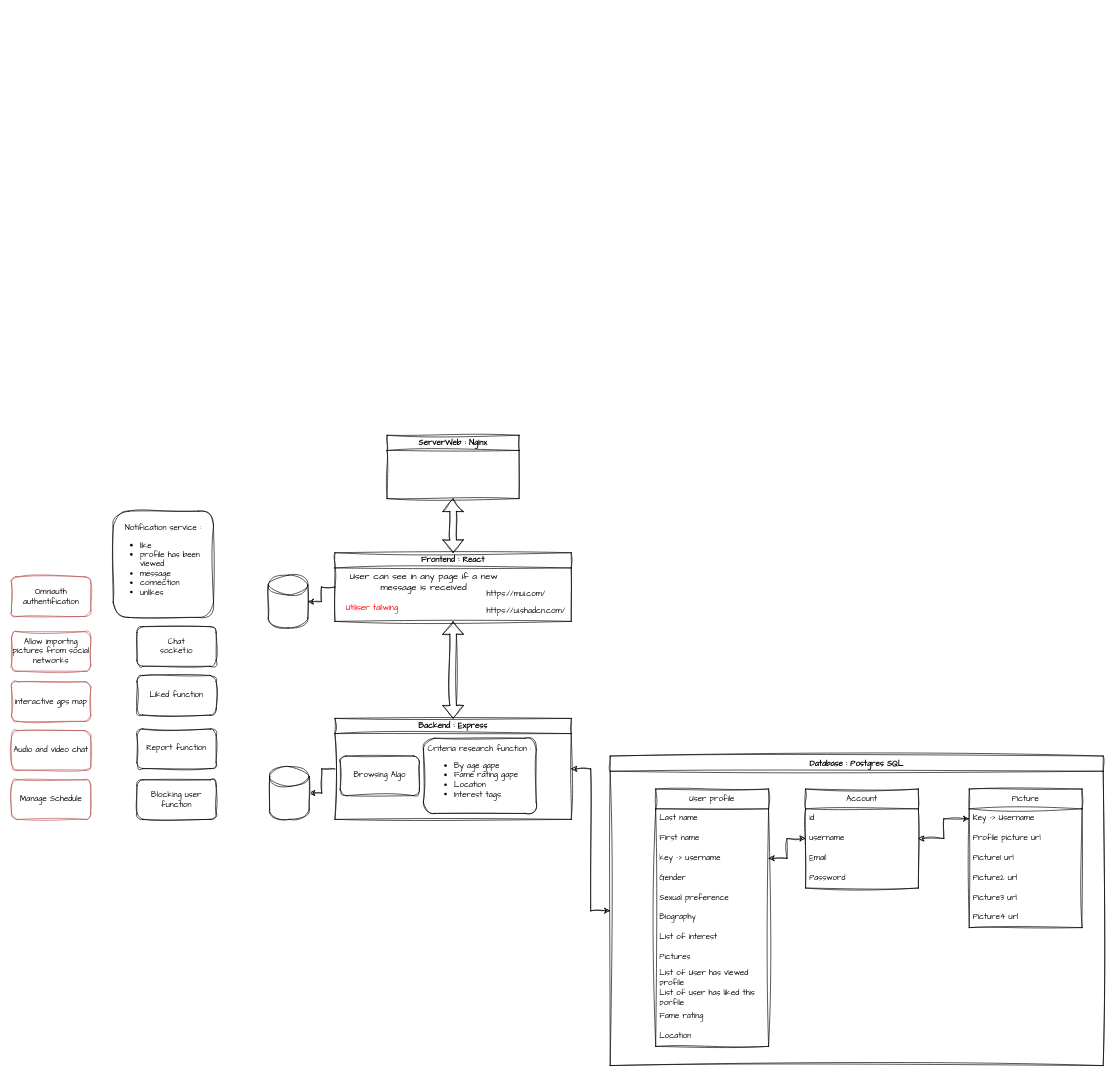
The draw.io diagram Untitled Diagram.drawio in ArmandI0/matcha, before the edit. Source tidied: cells renumbered, new cells numbered last; positions are measured from the earlier drawing's top-left corner, leaving out a move shared by most shapes. Both pictures are drawn from the tidied source at 66%, with x=0, y=0 at pixel (11, 365).
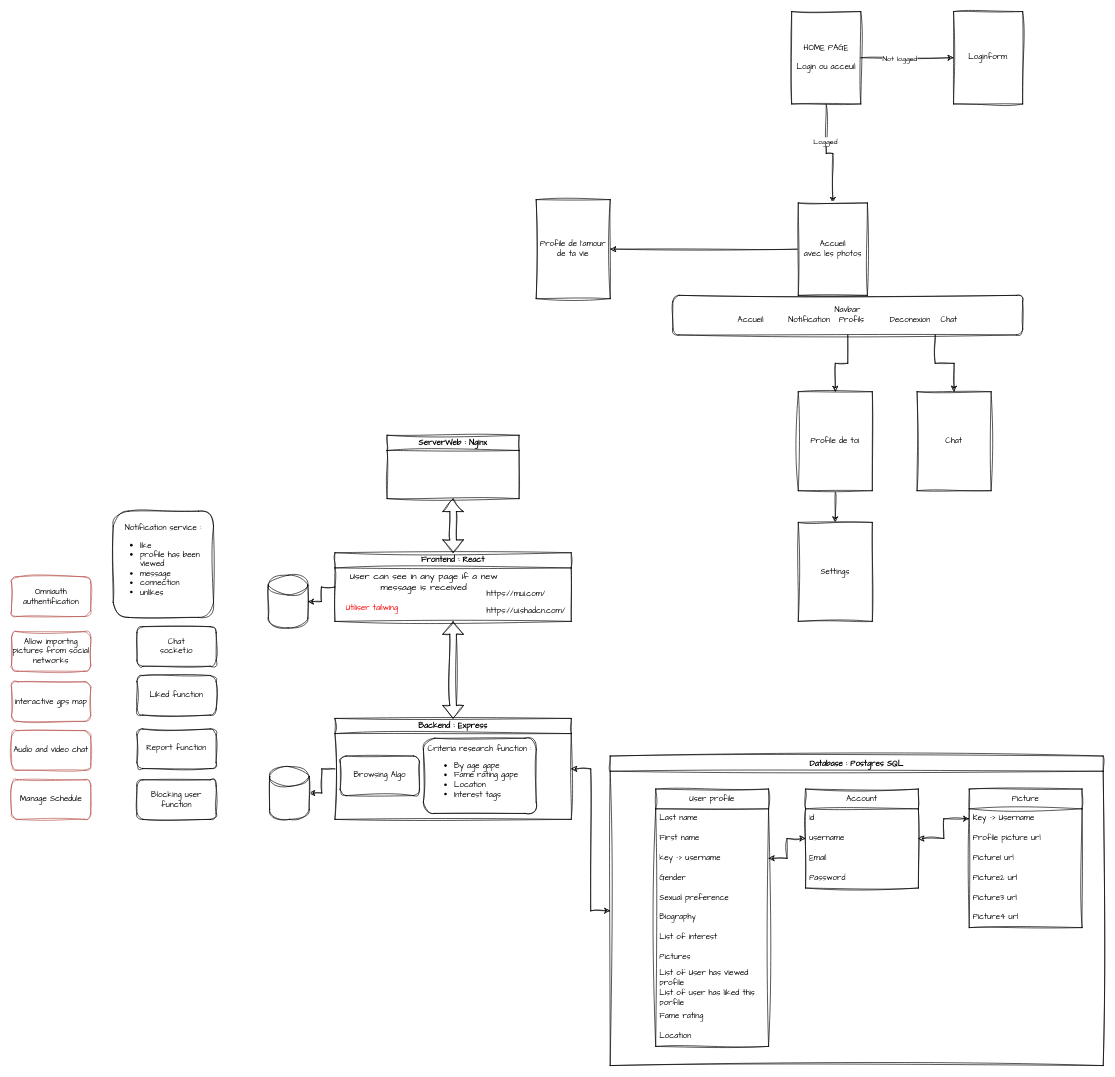
The same diagram, later.

What changed in the source:
```diff
@@
+    <mxCell id="59" value="&amp;nbsp;" style="text;whiteSpace=wrap;html=1;fontFamily=Architects Daughter;" parent="1" vertex="1">
+      <mxGeometry x="2" y="804" width="50" height="40" as="geometry" />
+    </mxCell>
+    <mxCell id="60" style="edgeStyle=orthogonalEdgeStyle;rounded=0;sketch=1;hachureGap=4;jiggle=2;curveFitting=1;jettySize=auto;html=1;exitX=1;exitY=0.5;exitDx=0;exitDy=0;fontFamily=Architects Daughter;" parent="1" edge="1" source="64" target="73">
+      <mxGeometry relative="1" as="geometry" />
+    </mxCell>
+    <mxCell id="61" value="Not logged" style="edgeLabel;html=1;align=center;verticalAlign=middle;sketch=1;hachureGap=4;jiggle=2;curveFitting=1;fontFamily=Architects Daughter;" parent="60" vertex="1">
+      <mxGeometry x="-0.16" relative="1" as="geometry" />
+    </mxCell>
+    <mxCell id="62" style="edgeStyle=orthogonalEdgeStyle;rounded=0;sketch=1;hachureGap=4;jiggle=2;curveFitting=1;jettySize=auto;html=1;exitX=0.5;exitY=1;exitDx=0;exitDy=0;entryX=0.5;entryY=0;entryDx=0;entryDy=0;fontFamily=Architects Daughter;" parent="1" edge="1" source="64" target="75">
+      <mxGeometry relative="1" as="geometry" />
+    </mxCell>
+    <mxCell id="63" value="Logged" style="edgeLabel;html=1;align=center;verticalAlign=middle;sketch=1;hachureGap=4;jiggle=2;curveFitting=1;fontFamily=Architects Daughter;" parent="62" vertex="1">
+      <mxGeometry x="-0.3" y="-2" relative="1" as="geometry" />
+    </mxCell>
+    <mxCell id="64" value="&lt;div&gt;HOME PAGE&lt;br&gt;&lt;/div&gt;&lt;div&gt;&lt;br&gt;&lt;/div&gt;&lt;div&gt;Login ou acceuil&lt;br&gt;&lt;/div&gt;" style="rounded=0;whiteSpace=wrap;html=1;sketch=1;hachureGap=4;jiggle=2;curveFitting=1;fontFamily=Architects Daughter;" parent="1" vertex="1">
+      <mxGeometry x="1182" y="-536" width="104.7" height="140" as="geometry" />
+    </mxCell>
+    <mxCell id="65" value="Chat" style="rounded=0;whiteSpace=wrap;html=1;sketch=1;hachureGap=4;jiggle=2;curveFitting=1;fontFamily=Architects Daughter;" parent="1" vertex="1">
+      <mxGeometry x="1372" y="40" width="112.2" height="150" as="geometry" />
+    </mxCell>
+    <mxCell id="66" style="edgeStyle=orthogonalEdgeStyle;rounded=0;sketch=1;hachureGap=4;jiggle=2;curveFitting=1;jettySize=auto;html=1;exitX=0.5;exitY=1;exitDx=0;exitDy=0;entryX=0.5;entryY=0;entryDx=0;entryDy=0;fontFamily=Architects Daughter;" parent="1" edge="1" source="67" target="68">
+      <mxGeometry relative="1" as="geometry" />
+    </mxCell>
+    <mxCell id="67" value="Profile de toi" style="rounded=0;whiteSpace=wrap;html=1;sketch=1;hachureGap=4;jiggle=2;curveFitting=1;fontFamily=Architects Daughter;" parent="1" vertex="1">
+      <mxGeometry x="1192" y="40" width="112.2" height="150" as="geometry" />
+    </mxCell>
+    <mxCell id="68" value="Settings" style="rounded=0;whiteSpace=wrap;html=1;sketch=1;hachureGap=4;jiggle=2;curveFitting=1;fontFamily=Architects Daughter;" parent="1" vertex="1">
+      <mxGeometry x="1192" y="238" width="112.2" height="150" as="geometry" />
+    </mxCell>
+    <mxCell id="69" value="Profile de l'amour de ta vie" style="rounded=0;whiteSpace=wrap;html=1;sketch=1;hachureGap=4;jiggle=2;curveFitting=1;fontFamily=Architects Daughter;" parent="1" vertex="1">
+      <mxGeometry x="794.9" y="-251" width="112.2" height="150" as="geometry" />
+    </mxCell>
+    <mxCell id="70" style="edgeStyle=orthogonalEdgeStyle;rounded=0;sketch=1;hachureGap=4;jiggle=2;curveFitting=1;jettySize=auto;html=1;exitX=0.75;exitY=1;exitDx=0;exitDy=0;entryX=0.5;entryY=0;entryDx=0;entryDy=0;fontFamily=Architects Daughter;" parent="1" edge="1" source="72" target="65">
+      <mxGeometry relative="1" as="geometry" />
+    </mxCell>
+    <mxCell id="71" style="edgeStyle=orthogonalEdgeStyle;rounded=0;sketch=1;hachureGap=4;jiggle=2;curveFitting=1;jettySize=auto;html=1;exitX=0.5;exitY=1;exitDx=0;exitDy=0;entryX=0.5;entryY=0;entryDx=0;entryDy=0;fontFamily=Architects Daughter;" parent="1" edge="1" source="72" target="67">
+      <mxGeometry relative="1" as="geometry" />
+    </mxCell>
+    <mxCell id="72" value="&lt;div&gt;Navbar&lt;/div&gt;&lt;div&gt;Accueil&lt;span style=&quot;white-space: pre;&quot;&gt;&#9;&lt;/span&gt;Notification&lt;span style=&quot;white-space: pre;&quot;&gt;&#9;&lt;/span&gt;Profils&lt;span style=&quot;white-space: pre;&quot;&gt;&#9;&lt;/span&gt;Deconexion&lt;span style=&quot;white-space: pre;&quot;&gt;&#9;&lt;/span&gt;Chat&lt;br&gt;&lt;/div&gt;" style="rounded=1;whiteSpace=wrap;html=1;sketch=1;hachureGap=4;jiggle=2;curveFitting=1;fontFamily=Architects Daughter;" parent="1" vertex="1">
+      <mxGeometry x="1002" y="-106" width="530" height="60" as="geometry" />
+    </mxCell>
+    <mxCell id="73" value="Loginform" style="rounded=0;whiteSpace=wrap;html=1;sketch=1;hachureGap=4;jiggle=2;curveFitting=1;fontFamily=Architects Daughter;" parent="1" vertex="1">
+      <mxGeometry x="1427.3" y="-536" width="104.7" height="140" as="geometry" />
+    </mxCell>
+    <mxCell id="74" style="edgeStyle=orthogonalEdgeStyle;rounded=0;sketch=1;hachureGap=4;jiggle=2;curveFitting=1;jettySize=auto;html=1;exitX=0;exitY=0.5;exitDx=0;exitDy=0;entryX=1;entryY=0.5;entryDx=0;entryDy=0;fontFamily=Architects Daughter;" parent="1" edge="1" source="75" target="69">
+      <mxGeometry relative="1" as="geometry" />
+    </mxCell>
+    <mxCell id="75" value="&lt;div&gt;Accueil&lt;/div&gt;&lt;div&gt;avec les photos&lt;br&gt;&lt;/div&gt;" style="rounded=0;whiteSpace=wrap;html=1;sketch=1;hachureGap=4;jiggle=2;curveFitting=1;fontFamily=Architects Daughter;" parent="1" vertex="1">
+      <mxGeometry x="1192" y="-246" width="104.7" height="140" as="geometry" />
+    </mxCell>
```
